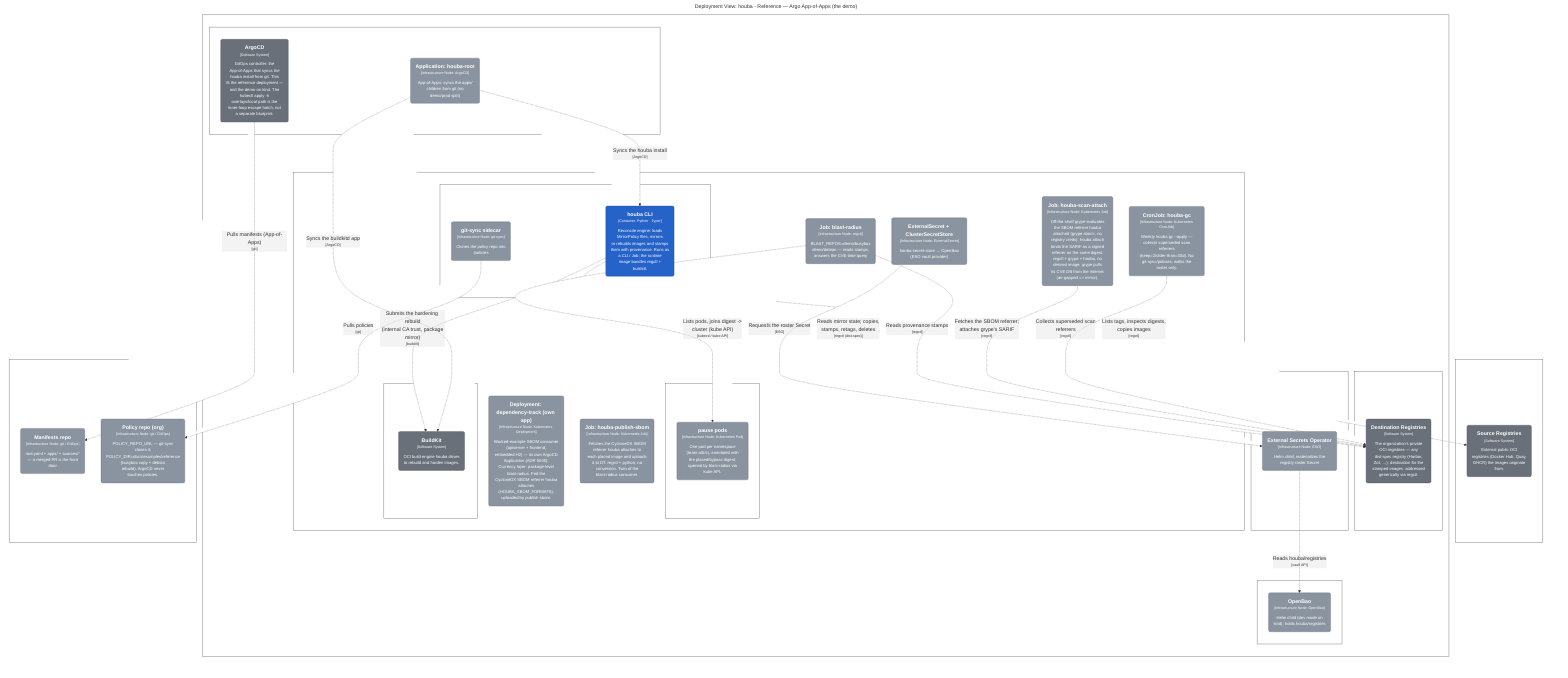
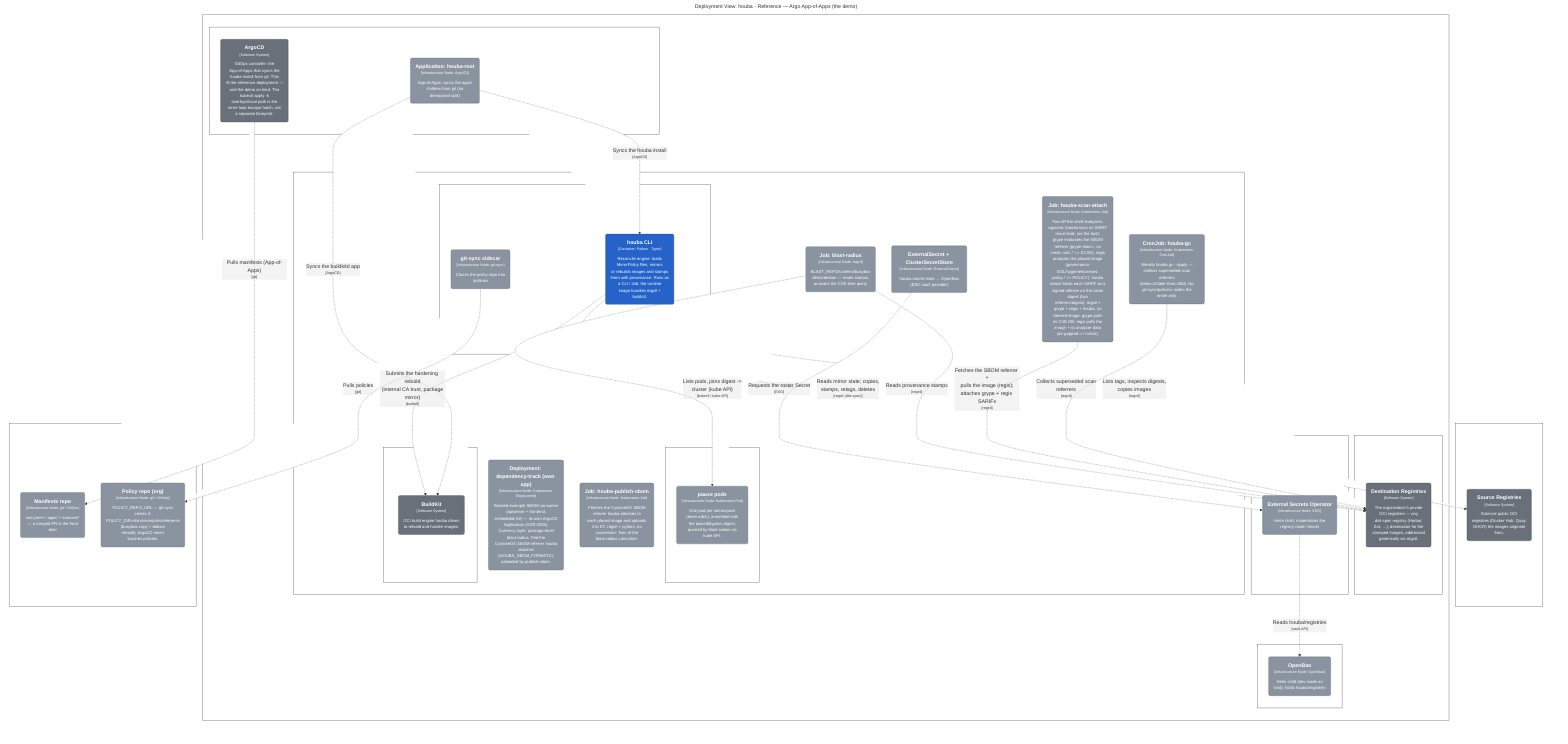
graph LR
  linkStyle default fill:#ffffff

  subgraph diagram ["Deployment View: houba - Reference — Argo App-of-Apps (the demo)"]
    style diagram fill:#ffffff,stroke:#ffffff

    subgraph 182 ["Git host"]
      style 182 fill:#ffffff,stroke:#444444,color:#ffffff

      183("<div style='font-weight: bold'>Manifests repo</div><div style='font-size: 70%; margin-top: 0px'>[Infrastructure Node: git / GitOps]</div><div style='font-size: 80%; margin-top:10px'>root.yaml + apps/ + sources/*<br />— a merged PR is the front<br />door</div>")
      style 183 fill:#8a94a0,stroke:#606770,color:#ffffff
      184("<div style='font-weight: bold'>Policy repo (org)</div><div style='font-size: 70%; margin-top: 0px'>[Infrastructure Node: git / GitOps]</div><div style='font-size: 80%; margin-top:10px'>POLICY_REPO_URL — git-sync<br />clones it;<br />POLICY_DIR=docs/examples/reference<br />(busybox copy + debian<br />rebuild). ArgoCD never<br />touches policies.</div>")
      style 184 fill:#8a94a0,stroke:#606770,color:#ffffff
    end

    subgraph 185 ["Kubernetes cluster"]
      style 185 fill:#ffffff,stroke:#444444,color:#ffffff

      subgraph 186 ["namespace: argocd"]
        style 186 fill:#ffffff,stroke:#444444,color:#ffffff

        187("<div style='font-weight: bold'>Application: houba-root</div><div style='font-size: 70%; margin-top: 0px'>[Infrastructure Node: ArgoCD]</div><div style='font-size: 80%; margin-top:10px'>App-of-Apps; syncs the apps/<br />children from git (no<br />demo/prod split)</div>")
        style 187 fill:#8a94a0,stroke:#606770,color:#ffffff
        188("<div style='font-weight: bold'>ArgoCD</div><div style='font-size: 70%; margin-top: 0px'>[Software System]</div><div style='font-size: 80%; margin-top:10px'>GitOps controller: the<br />App-of-Apps that syncs the<br />houba install from git. This<br />IS the reference deployment —<br />and the demo on kind. The<br />kubectl apply -k<br />overlays/local path is the<br />inner-loop escape hatch, not<br />a separate blueprint.</div>")
        style 188 fill:#69707a,stroke:#494e55,color:#ffffff
      end

      subgraph 189 ["namespace: houba"]
        style 189 fill:#ffffff,stroke:#444444,color:#ffffff

        subgraph 190 ["CronJob: houba-reconcile"]
          style 190 fill:#ffffff,stroke:#444444,color:#ffffff

          191("<div style='font-weight: bold'>houba CLI</div><div style='font-size: 70%; margin-top: 0px'>[Container: Python · Typer]</div><div style='font-size: 80%; margin-top:10px'>Reconcile engine: loads<br />MirrorPolicy files, mirrors<br />or rebuilds images and stamps<br />them with provenance. Runs as<br />a CLI / Job; the runtime<br />image bundles regctl +<br />buildctl.</div>")
          style 191 fill:#2563c9,stroke:#19458c,color:#ffffff
          192("<div style='font-weight: bold'>git-sync sidecar</div><div style='font-size: 70%; margin-top: 0px'>[Infrastructure Node: git-sync]</div><div style='font-size: 80%; margin-top:10px'>Clones the policy repo into<br />/policies</div>")
          style 192 fill:#8a94a0,stroke:#606770,color:#ffffff
        end

        subgraph 193 ["Deployment: buildkitd (own app)"]
          style 193 fill:#ffffff,stroke:#444444,color:#ffffff

          194("<div style='font-weight: bold'>BuildKit</div><div style='font-size: 70%; margin-top: 0px'>[Software System]</div><div style='font-size: 80%; margin-top:10px'>OCI build engine houba drives<br />to rebuild and harden images.</div>")
          style 194 fill:#69707a,stroke:#494e55,color:#ffffff
        end

        196("<div style='font-weight: bold'>ExternalSecret + ClusterSecretStore</div><div style='font-size: 70%; margin-top: 0px'>[Infrastructure Node: ExternalSecret]</div><div style='font-size: 80%; margin-top:10px'>houba-secret-store → OpenBao<br />(ESO vault provider)</div>")
        style 196 fill:#8a94a0,stroke:#606770,color:#ffffff
        197("<div style='font-weight: bold'>Job: blast-radius</div><div style='font-size: 70%; margin-top: 0px'>[Infrastructure Node: regctl]</div><div style='font-size: 80%; margin-top:10px'>BLAST_REPOS=demo/busybox<br />demo/debian — reads stamps,<br />answers the CVE-time query</div>")
        style 197 fill:#8a94a0,stroke:#606770,color:#ffffff
        198("<div style='font-weight: bold'>CronJob: houba-gc</div><div style='font-size: 70%; margin-top: 0px'>[Infrastructure Node: Kubernetes CronJob]</div><div style='font-size: 80%; margin-top:10px'>Weekly houba gc --apply —<br />collects superseded scan<br />referrers<br />(keep=2/older-than=30d). No<br />git-sync/policies; walks the<br />roster only.</div>")
        style 198 fill:#8a94a0,stroke:#606770,color:#ffffff
        199("<div style='font-weight: bold'>Deployment: dependency-track (own app)</div><div style='font-size: 70%; margin-top: 0px'>[Infrastructure Node: Kubernetes Deployment]</div><div style='font-size: 80%; margin-top:10px'>Worked-example SBOM consumer<br />(apiserver + frontend,<br />embedded H2) — its own ArgoCD<br />Application (ADR 0035).<br />Currency layer: package-level<br />blast-radius. Fed the<br />CycloneDX SBOM referrer houba<br />attaches<br />(HOUBA_SBOM_FORMATS),<br />uploaded by publish-sbom.</div>")
        style 199 fill:#8a94a0,stroke:#606770,color:#ffffff
        200("<div style='font-weight: bold'>Job: houba-publish-sbom</div><div style='font-size: 70%; margin-top: 0px'>[Infrastructure Node: Kubernetes Job]</div><div style='font-size: 80%; margin-top:10px'>Fetches the CycloneDX SBOM<br />referrer houba attaches to<br />each placed image and uploads<br />it to DT. regctl + python, no<br />conversion. Twin of the<br />blast-radius consumer.</div>")
        style 200 fill:#8a94a0,stroke:#606770,color:#ffffff
-         201("<div style='font-weight: bold'>Job: houba-scan-attach</div><div style='font-size: 70%; margin-top: 0px'>[Infrastructure Node: Kubernetes Job]</div><div style='font-size: 80%; margin-top:10px'>Off-the-shelf grype evaluates<br />the SBOM referrer houba<br />attached (grype sbom:, no<br />registry creds); houba attach<br />binds the SARIF as a signed<br />referrer on the same digest.<br />regctl + grype + houba, no<br />derived image. grype pulls<br />its CVE DB from the internet<br />(air-gapped => mirror).</div>")
+         201("<div style='font-weight: bold'>Job: houba-scan-attach</div><div style='font-size: 70%; margin-top: 0px'>[Infrastructure Node: Kubernetes Job]</div><div style='font-size: 80%; margin-top:10px'>Two off-the-shelf analyzers,<br />agnostic (houba keys on SARIF<br />result.kind, not the tool):<br />grype evaluates the SBOM<br />referrer (grype sbom:, no<br />creds; vuln.* => SCAN), regis<br />analyzes the placed image<br />(governance:<br />EOL/hygiene/licenses;<br />policy.* => POLICY). houba<br />attach binds each SARIF as a<br />signed referrer on the same<br />digest (two<br />referrers/digest). regctl +<br />grype + regis + houba, no<br />derived image. grype pulls<br />its CVE DB; regis pulls the<br />image + its analyzer data<br />(air-gapped => mirror).</div>")
        style 201 fill:#8a94a0,stroke:#606770,color:#ffffff
        subgraph 202 ["marked workloads (team-a/b/c)"]
          style 202 fill:#ffffff,stroke:#444444,color:#ffffff

          203("<div style='font-weight: bold'>pause pods</div><div style='font-size: 70%; margin-top: 0px'>[Infrastructure Node: Kubernetes Pod]</div><div style='font-size: 80%; margin-top:10px'>One pod per namespace<br />(team-a/b/c), annotated with<br />the placed/bypass digest;<br />queried by blast-radius via<br />kube API.</div>")
          style 203 fill:#8a94a0,stroke:#606770,color:#ffffff
        end

      end

      subgraph 204 ["namespace: external-secrets"]
        style 204 fill:#ffffff,stroke:#444444,color:#ffffff

        205("<div style='font-weight: bold'>External Secrets Operator</div><div style='font-size: 70%; margin-top: 0px'>[Infrastructure Node: ESO]</div><div style='font-size: 80%; margin-top:10px'>Helm child; materializes the<br />registry roster Secret</div>")
        style 205 fill:#8a94a0,stroke:#606770,color:#ffffff
      end

      subgraph 206 ["namespace: openbao"]
        style 206 fill:#ffffff,stroke:#444444,color:#ffffff

        207("<div style='font-weight: bold'>OpenBao</div><div style='font-size: 70%; margin-top: 0px'>[Infrastructure Node: OpenBao]</div><div style='font-size: 80%; margin-top:10px'>Helm child (dev mode on<br />kind); holds houba/registries</div>")
        style 207 fill:#8a94a0,stroke:#606770,color:#ffffff
      end

      subgraph 208 ["namespace: registry"]
        style 208 fill:#ffffff,stroke:#444444,color:#ffffff

        209("<div style='font-weight: bold'>Destination Registries</div><div style='font-size: 70%; margin-top: 0px'>[Software System]</div><div style='font-size: 80%; margin-top:10px'>The organization's private<br />OCI registries — any<br />dist-spec registry (Harbor,<br />Zot, …); destination for the<br />stamped images, addressed<br />generically via regctl.</div>")
        style 209 fill:#69707a,stroke:#494e55,color:#ffffff
      end

    end

    subgraph 211 ["Internet / org network"]
      style 211 fill:#ffffff,stroke:#444444,color:#ffffff

      212("<div style='font-weight: bold'>Source Registries</div><div style='font-size: 70%; margin-top: 0px'>[Software System]</div><div style='font-size: 80%; margin-top:10px'>External public OCI<br />registries (Docker Hub, Quay,<br />GHCR) the images originate<br />from.</div>")
      style 212 fill:#69707a,stroke:#494e55,color:#ffffff
    end

    191-. "<div>Submits the hardening rebuild<br />(internal CA trust, package<br />mirror)</div><div style='font-size: 70%'>[buildctl]</div>" .->194
    191-. "<div>Reads mirror state; copies,<br />stamps, retags, deletes</div><div style='font-size: 70%'>[regctl (dist-spec)]</div>" .->209
    191-. "<div>Lists tags, inspects digests,<br />copies images</div><div style='font-size: 70%'>[regctl]</div>" .->212
    188-. "<div>Pulls manifests (App-of-Apps)</div><div style='font-size: 70%'>[git]</div>" .->183
    187-. "<div>Syncs the houba install</div><div style='font-size: 70%'>[ArgoCD]</div>" .->191
    187-. "<div>Syncs the buildkitd app</div><div style='font-size: 70%'>[ArgoCD]</div>" .->194
    205-. "<div>Reads houba/registries</div><div style='font-size: 70%'>[vault API]</div>" .->207
    196-. "<div>Requests the roster Secret</div><div style='font-size: 70%'>[ESO]</div>" .->205
    192-. "<div>Pulls policies</div><div style='font-size: 70%'>[git]</div>" .->184
    197-. "<div>Reads provenance stamps</div><div style='font-size: 70%'>[regctl]</div>" .->209
-     201-. "<div>Fetches the SBOM referrer;<br />attaches grype's SARIF</div><div style='font-size: 70%'>[regctl]</div>" .->209
+     201-. "<div>Fetches the SBOM referrer +<br />pulls the image (regis);<br />attaches grype + regis SARIFs</div><div style='font-size: 70%'>[regctl]</div>" .->209
    197-. "<div>Lists pods, joins digest -><br />cluster (kube API)</div><div style='font-size: 70%'>[kubectl / kube API]</div>" .->203
    198-. "<div>Collects superseded scan<br />referrers</div><div style='font-size: 70%'>[regctl]</div>" .->209

  end